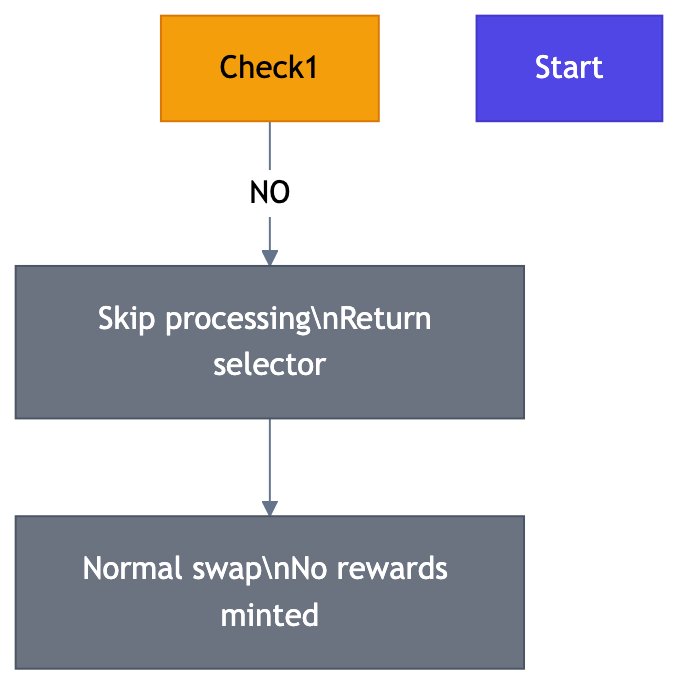
Above: docs/diagrams/SYSTEM_DESIGN_5.png in guglxni/the-fixer-hook (Mermaid), before the change. Its source is kept beside it as docs/diagrams/SYSTEM_DESIGN_5.mmd.
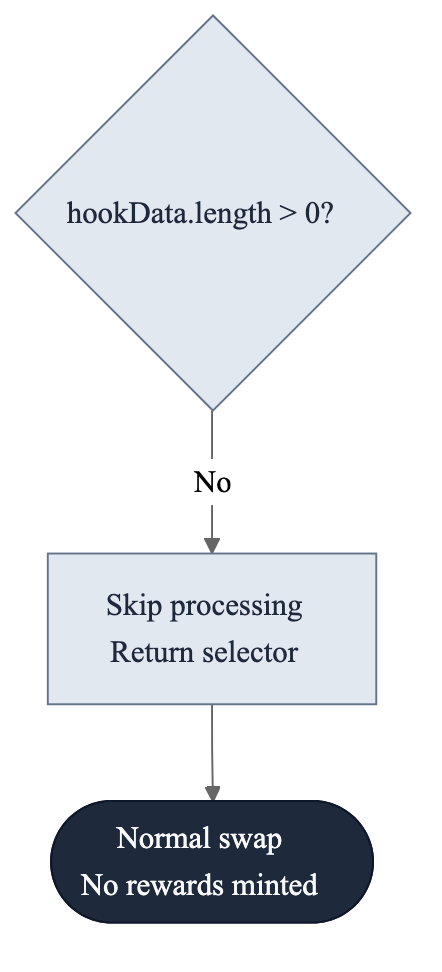
Above is the later version.

Change to the diagram source:
```diff
@@ -1,8 +1,8 @@
-%%{init: {'theme': 'neutral', 'themeVariables': { 'primaryColor': '#2563eb', 'primaryTextColor': '#1e293b', 'primaryBorderColor': '#3b82f6', 'lineColor': '#64748b', 'secondaryColor': '#f1f5f9', 'tertiaryColor': '#e2e8f0'}}}%%
+%%{init: {'theme': 'neutral', 'themeVariables': {'fontFamily': 'Inter, system-ui, sans-serif'}}}%%
 flowchart TD
-    Check1 -- "NO" --> Skip[" Skip processing\nReturn selector"]
-    Skip --> Result["Normal swap\nNo rewards minted"]
-    style Start fill:#4F46E5,color:#fff,stroke:#4338CA
-    style Check1 fill:#F59E0B,color:#000,stroke:#D97706
-    style Skip fill:#6B7280,color:#fff,stroke:#4B5563
-    style Result fill:#6B7280,color:#fff,stroke:#4B5563
+    Start{"hookData.length > 0?"} -->|No| Skip["Skip processing<br/>Return selector"]
+    Skip --> Result(["Normal swap<br/>No rewards minted"])
+
+    style Start fill:#e2e8f0,color:#1e293b,stroke:#64748b
+    style Skip fill:#e2e8f0,color:#1e293b,stroke:#64748b
+    style Result fill:#1e293b,color:#f8fafc,stroke:#0f172a
```
